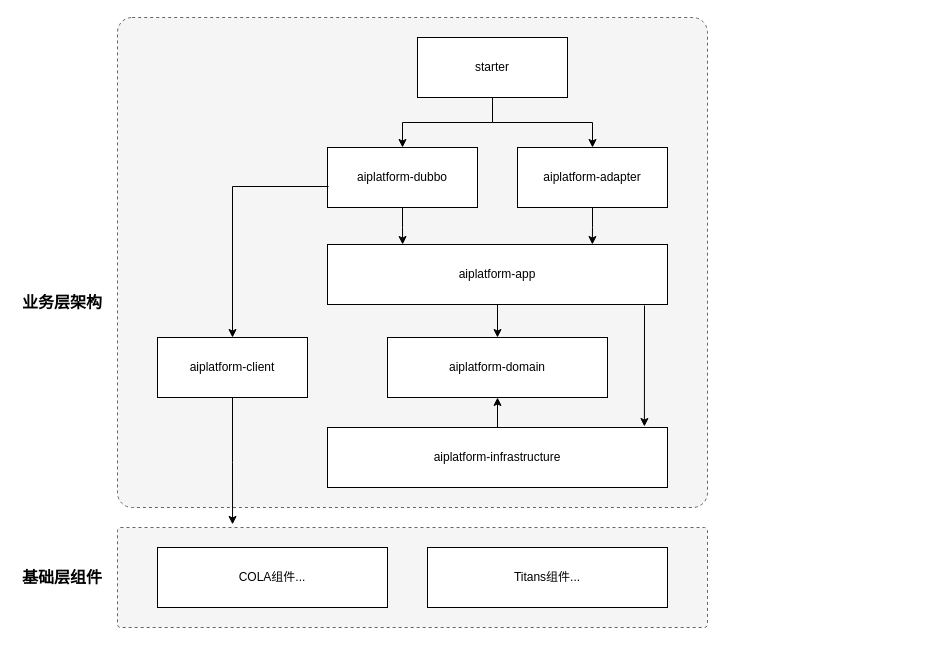
The draw.io diagram page "WEB层设计" (4 of 7) of AI-Manager-Platform.drawio in ahern88/draw_io_repo, before the edit. Source tidied: cells renumbered, new cells numbered last; positions are measured from the earlier drawing's top-left corner, leaving out a move shared by most shapes. Both pictures are drawn from the tidied source at 100%, with x=0, y=0 at pixel (17, 17).
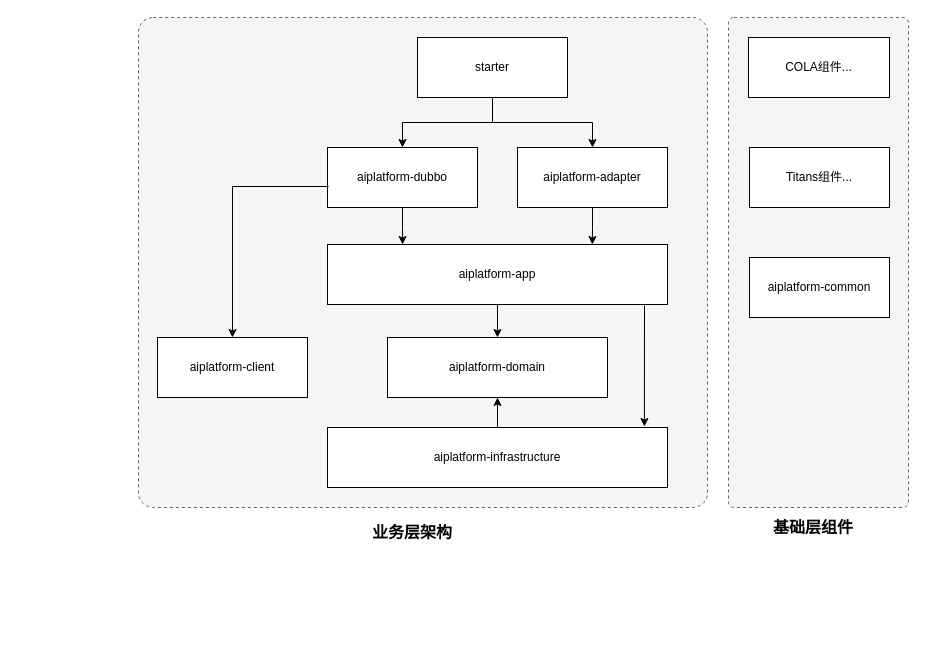
The same diagram, later.

Unchanged cells that the change refers to:
```xml
<mxCell id="14" value="aiplatform-client" style="rounded=0;whiteSpace=wrap;html=1;fontSize=12;" parent="1" vertex="1">
  <mxGeometry x="140" y="320" width="150" height="60" as="geometry" />
</mxCell>
```

Change to the diagram source:
```diff
@@
     <mxCell id="2" style="rounded=1;whiteSpace=wrap;html=1;fontSize=12;arcSize=3;dashed=1;fillColor=#f5f5f5;fontColor=#333333;strokeColor=#666666;" parent="1" vertex="1">
-      <mxGeometry x="100" width="590" height="490" as="geometry" />
+      <mxGeometry x="121" width="569" height="490" as="geometry" />
     </mxCell>
@@
-    <mxCell id="13" style="edgeStyle=orthogonalEdgeStyle;rounded=0;jettySize=auto;html=1;entryX=0.195;entryY=-0.031;entryDx=0;entryDy=0;entryPerimeter=0;fontSize=16;" parent="1" edge="1" source="14" target="17">
-      <mxGeometry relative="1" as="geometry" />
-    </mxCell>
@@
     <mxCell id="16" value="业务层架构" style="text;html=1;strokeColor=none;fillColor=none;align=center;verticalAlign=middle;whiteSpace=wrap;rounded=0;dashed=1;fontSize=16;fontStyle=1;" parent="1" vertex="1">
-      <mxGeometry y="270" width="90" height="30" as="geometry" />
+      <mxGeometry x="350" y="500" width="90" height="30" as="geometry" />
     </mxCell>
     <mxCell id="17" style="rounded=1;whiteSpace=wrap;html=1;fontSize=12;arcSize=3;dashed=1;fillColor=#f5f5f5;fontColor=#333333;strokeColor=#666666;" parent="1" vertex="1">
-      <mxGeometry x="100" y="510" width="590" height="100" as="geometry" />
+      <mxGeometry x="711" width="180" height="490" as="geometry" />
     </mxCell>
     <mxCell id="18" value="基础层组件" style="text;html=1;strokeColor=none;fillColor=none;align=center;verticalAlign=middle;whiteSpace=wrap;rounded=0;dashed=1;fontSize=16;fontStyle=1;" parent="1" vertex="1">
-      <mxGeometry y="545" width="90" height="30" as="geometry" />
+      <mxGeometry x="751" y="495" width="90" height="30" as="geometry" />
     </mxCell>
     <mxCell id="19" value="COLA组件..." style="rounded=0;whiteSpace=wrap;html=1;fontSize=12;" parent="1" vertex="1">
-      <mxGeometry x="140" y="530" width="230" height="60" as="geometry" />
+      <mxGeometry x="731" y="20" width="141" height="60" as="geometry" />
     </mxCell>
     <mxCell id="20" value="Titans组件..." style="rounded=0;whiteSpace=wrap;html=1;fontSize=12;" parent="1" vertex="1">
-      <mxGeometry x="410" y="530" width="240" height="60" as="geometry" />
+      <mxGeometry x="732" y="130" width="140" height="60" as="geometry" />
     </mxCell>
@@
+    <mxCell id="24" value="aiplatform-common" style="rounded=0;whiteSpace=wrap;html=1;fontSize=12;" parent="1" vertex="1">
+      <mxGeometry x="732" y="240" width="140" height="60" as="geometry" />
+    </mxCell>
```
